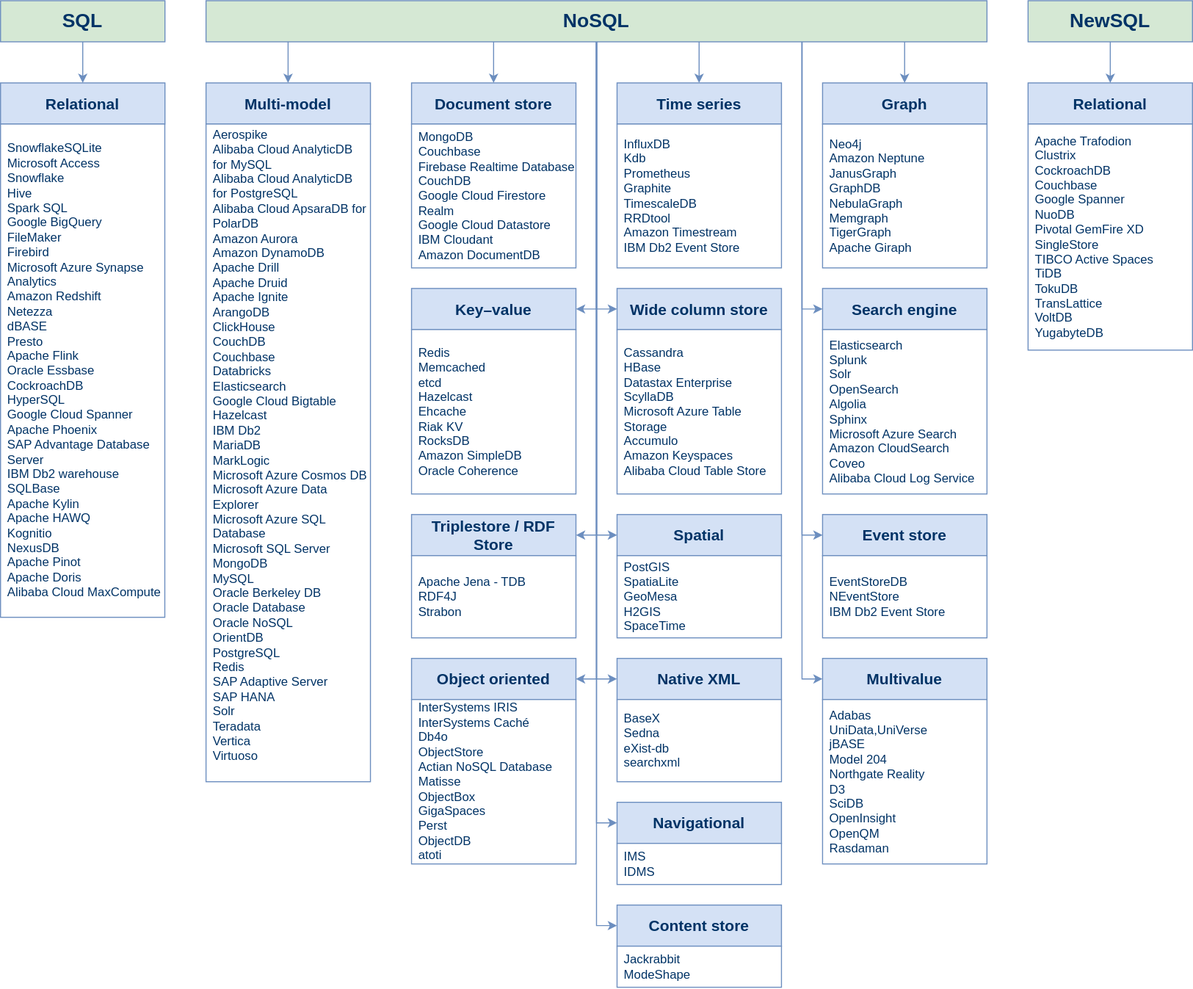
Before: diagrams/data_models.drawio.svg, a diagram exported from draw.io (ryndovaira-org/data_science_lectures). Source tidied: cells renumbered, new cells last; positions are measured from the earlier drawing's top-left corner, leaving out a move shared by most shapes.
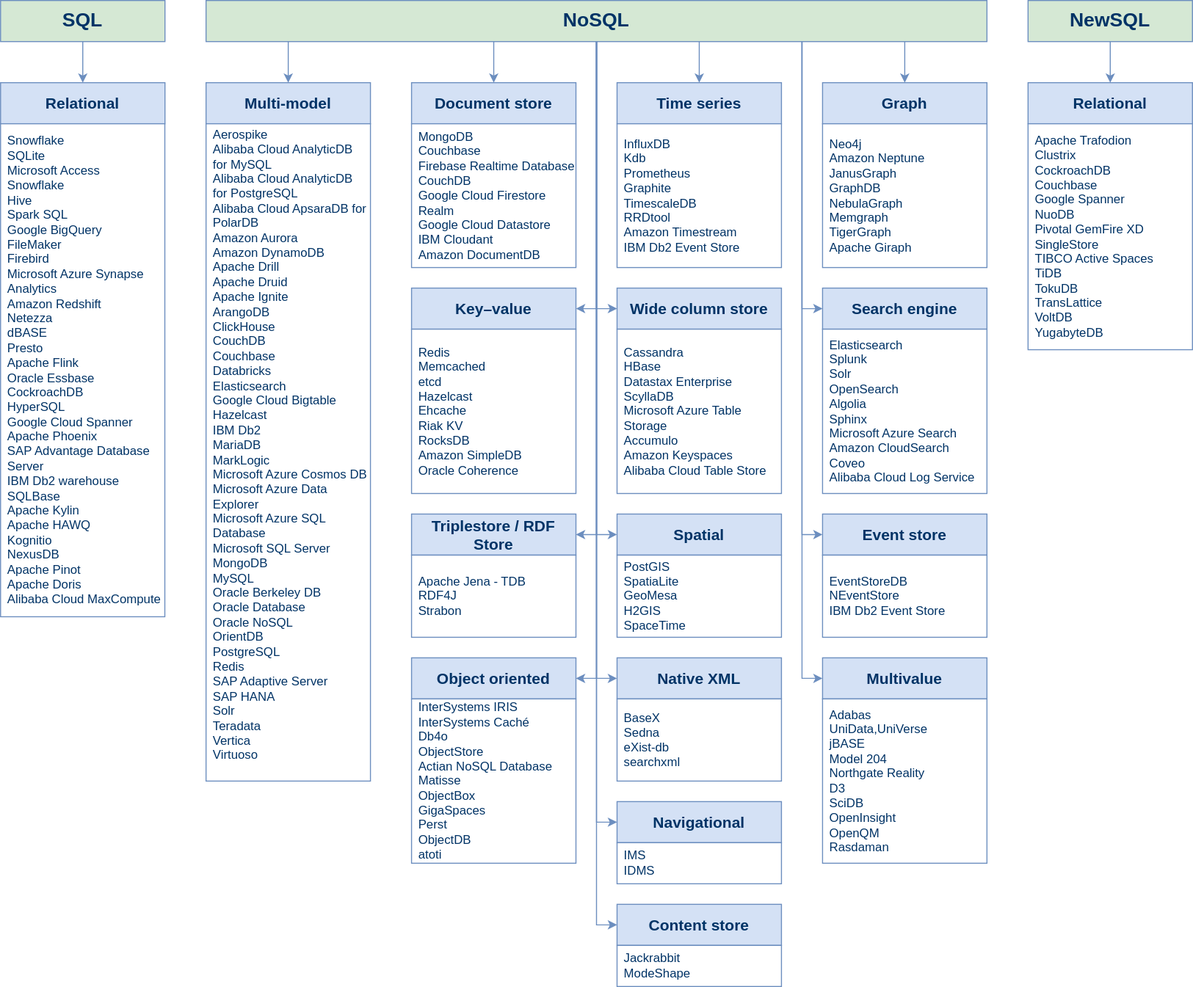
The same diagram one commit later.

Diff of the diagram source:
```diff
@@ -120,7 +120,7 @@
     <mxCell id="22" value="&lt;div style=&quot;font-size: 15px;&quot;&gt;Relational&lt;/div&gt;" style="rounded=0;whiteSpace=wrap;html=1;fontStyle=1;strokeColor=#6C8EBF;fontColor=#003366;fillColor=#D4E1F5;fontSize=15;" parent="1" vertex="1">
       <mxGeometry y="80" width="160" height="40" as="geometry" />
     </mxCell>
-    <mxCell id="23" value="&lt;div&gt;SnowflakeSQLite&lt;/div&gt;&lt;div&gt;Microsoft Access&lt;/div&gt;&lt;div&gt;&lt;span style=&quot;background-color: initial;&quot;&gt;Snowflake&lt;/span&gt;&lt;/div&gt;&lt;div&gt;Hive&lt;/div&gt;&lt;div&gt;Spark SQL&lt;/div&gt;&lt;div&gt;Google BigQuery&lt;/div&gt;&lt;div&gt;FileMaker&lt;/div&gt;&lt;div&gt;Firebird&lt;/div&gt;&lt;div&gt;Microsoft Azure Synapse Analytics&lt;/div&gt;&lt;div&gt;Amazon Redshift&lt;/div&gt;&lt;div&gt;Netezza&lt;/div&gt;&lt;div&gt;dBASE&lt;/div&gt;&lt;div&gt;Presto&lt;/div&gt;&lt;div&gt;Apache Flink&lt;/div&gt;&lt;div&gt;Oracle Essbase&lt;/div&gt;&lt;div&gt;CockroachDB&lt;/div&gt;&lt;div&gt;HyperSQL&lt;/div&gt;&lt;div&gt;Google Cloud Spanner&lt;/div&gt;&lt;div&gt;Apache Phoenix&lt;/div&gt;&lt;div&gt;SAP Advantage Database Server&lt;/div&gt;&lt;div&gt;IBM Db2 warehouse&lt;/div&gt;&lt;div&gt;SQLBase&lt;/div&gt;&lt;div&gt;Apache Kylin&lt;/div&gt;&lt;div&gt;Apache HAWQ&lt;/div&gt;&lt;div&gt;Kognitio&lt;/div&gt;&lt;div&gt;NexusDB&lt;/div&gt;&lt;div&gt;Apache Pinot&lt;/div&gt;&lt;div&gt;Apache Doris&lt;/div&gt;&lt;div&gt;Alibaba Cloud MaxCompute&lt;/div&gt;" style="rounded=0;whiteSpace=wrap;html=1;align=left;spacingLeft=5;fontStyle=0;strokeColor=#6C8EBF;fontColor=#003366;" parent="1" vertex="1">
+    <mxCell id="23" value="&lt;div&gt;Snowflake&lt;/div&gt;&lt;div&gt;SQLite&lt;/div&gt;&lt;div&gt;Microsoft Access&lt;/div&gt;&lt;div&gt;&lt;span style=&quot;background-color: initial;&quot;&gt;Snowflake&lt;/span&gt;&lt;/div&gt;&lt;div&gt;Hive&lt;/div&gt;&lt;div&gt;Spark SQL&lt;/div&gt;&lt;div&gt;Google BigQuery&lt;/div&gt;&lt;div&gt;FileMaker&lt;/div&gt;&lt;div&gt;Firebird&lt;/div&gt;&lt;div&gt;Microsoft Azure Synapse Analytics&lt;/div&gt;&lt;div&gt;Amazon Redshift&lt;/div&gt;&lt;div&gt;Netezza&lt;/div&gt;&lt;div&gt;dBASE&lt;/div&gt;&lt;div&gt;Presto&lt;/div&gt;&lt;div&gt;Apache Flink&lt;/div&gt;&lt;div&gt;Oracle Essbase&lt;/div&gt;&lt;div&gt;CockroachDB&lt;/div&gt;&lt;div&gt;HyperSQL&lt;/div&gt;&lt;div&gt;Google Cloud Spanner&lt;/div&gt;&lt;div&gt;Apache Phoenix&lt;/div&gt;&lt;div&gt;SAP Advantage Database Server&lt;/div&gt;&lt;div&gt;IBM Db2 warehouse&lt;/div&gt;&lt;div&gt;SQLBase&lt;/div&gt;&lt;div&gt;Apache Kylin&lt;/div&gt;&lt;div&gt;Apache HAWQ&lt;/div&gt;&lt;div&gt;Kognitio&lt;/div&gt;&lt;div&gt;NexusDB&lt;/div&gt;&lt;div&gt;Apache Pinot&lt;/div&gt;&lt;div&gt;Apache Doris&lt;/div&gt;&lt;div&gt;Alibaba Cloud MaxCompute&lt;/div&gt;" style="rounded=0;whiteSpace=wrap;html=1;align=left;spacingLeft=5;fontStyle=0;strokeColor=#6C8EBF;fontColor=#003366;" parent="1" vertex="1">
       <mxGeometry y="120" width="159.9" height="480" as="geometry" />
     </mxCell>
     <mxCell id="24" value="Multi-model" style="rounded=0;whiteSpace=wrap;html=1;fontSize=15;fontStyle=1;strokeColor=#6C8EBF;fontColor=#003366;fillColor=#D4E1F5;" parent="1" vertex="1">
```
